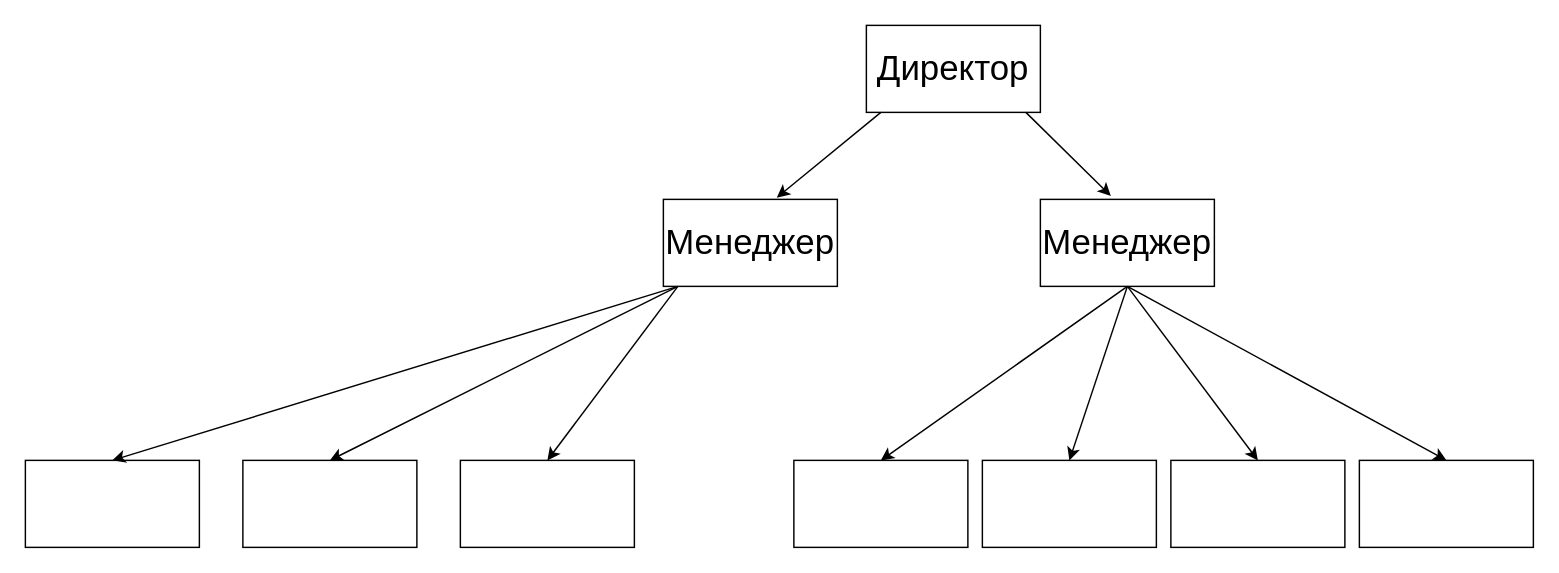
Earlier version of the draw.io diagram ForTuning.drawio (dibovdmitry/Databases_for_labs). Source tidied: cells renumbered, new cells numbered last; positions are measured from the earlier drawing's top-left corner, leaving out a move shared by most shapes. Both pictures are drawn from the tidied source at 145%, with x=0, y=0 at pixel (25, 25).
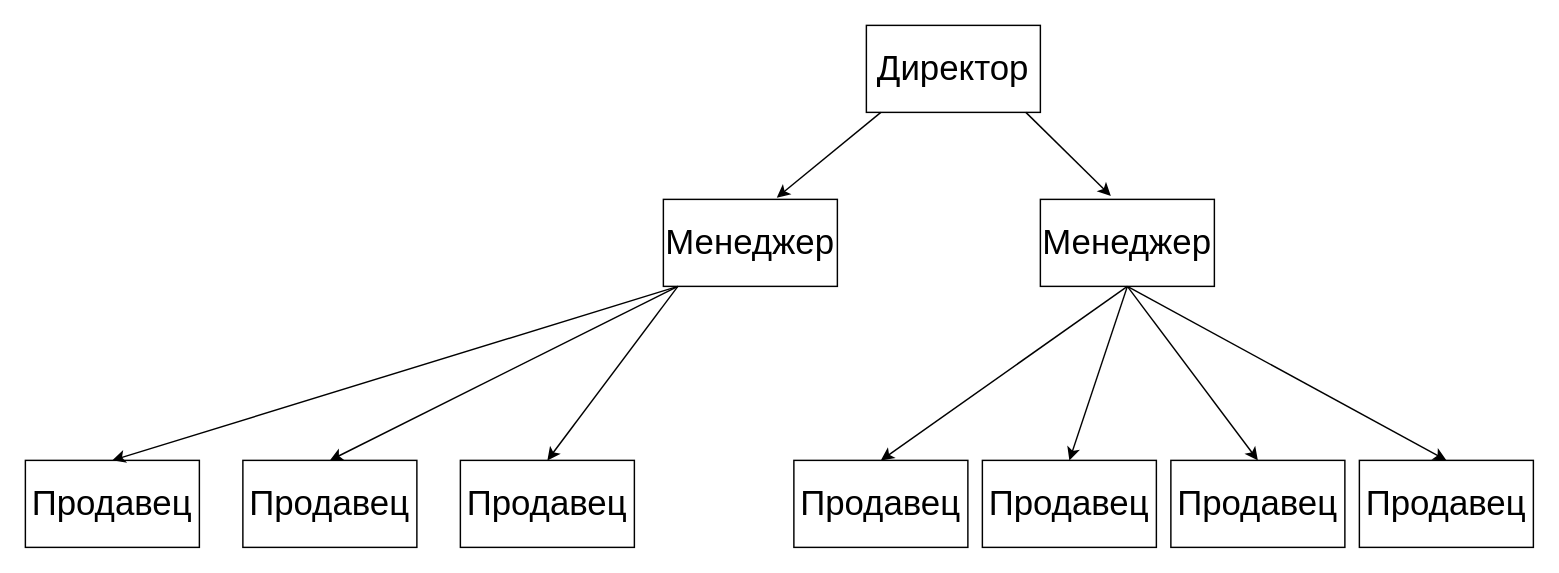
Above is the later version.

Diff of the diagram source:
```diff
@@
-    <mxCell id="5" style="rounded=0;whiteSpace=wrap;html=1;fontSize=24;" parent="1" vertex="1">
+    <mxCell id="5" value="Продавец" style="rounded=0;whiteSpace=wrap;html=1;fontSize=24;" parent="1" vertex="1">
       <mxGeometry x="150" y="300" width="120" height="60" as="geometry" />
     </mxCell>
-    <mxCell id="6" style="rounded=0;whiteSpace=wrap;html=1;fontSize=24;" parent="1" vertex="1">
+    <mxCell id="6" value="Продавец" style="rounded=0;whiteSpace=wrap;html=1;fontSize=24;" parent="1" vertex="1">
       <mxGeometry x="300" y="300" width="120" height="60" as="geometry" />
     </mxCell>
-    <mxCell id="7" style="rounded=0;whiteSpace=wrap;html=1;fontSize=24;" parent="1" vertex="1">
+    <mxCell id="7" value="Продавец" style="rounded=0;whiteSpace=wrap;html=1;fontSize=24;" parent="1" vertex="1">
       <mxGeometry y="300" width="120" height="60" as="geometry" />
     </mxCell>
-    <mxCell id="8" style="rounded=0;whiteSpace=wrap;html=1;fontSize=24;" parent="1" vertex="1">
+    <mxCell id="8" value="Продавец" style="rounded=0;whiteSpace=wrap;html=1;fontSize=24;" parent="1" vertex="1">
       <mxGeometry x="530" y="300" width="120" height="60" as="geometry" />
     </mxCell>
-    <mxCell id="9" style="rounded=0;whiteSpace=wrap;html=1;fontSize=24;" parent="1" vertex="1">
+    <mxCell id="9" value="Продавец" style="rounded=0;whiteSpace=wrap;html=1;fontSize=24;" parent="1" vertex="1">
       <mxGeometry x="660" y="300" width="120" height="60" as="geometry" />
     </mxCell>
-    <mxCell id="10" style="rounded=0;whiteSpace=wrap;html=1;fontSize=24;" parent="1" vertex="1">
+    <mxCell id="10" value="Продавец" style="rounded=0;whiteSpace=wrap;html=1;fontSize=24;" parent="1" vertex="1">
       <mxGeometry x="790" y="300" width="120" height="60" as="geometry" />
     </mxCell>
-    <mxCell id="11" style="rounded=0;whiteSpace=wrap;html=1;fontSize=24;" parent="1" vertex="1">
+    <mxCell id="11" value="Продавец" style="rounded=0;whiteSpace=wrap;html=1;fontSize=24;" parent="1" vertex="1">
       <mxGeometry x="920" y="300" width="120" height="60" as="geometry" />
     </mxCell>
```
